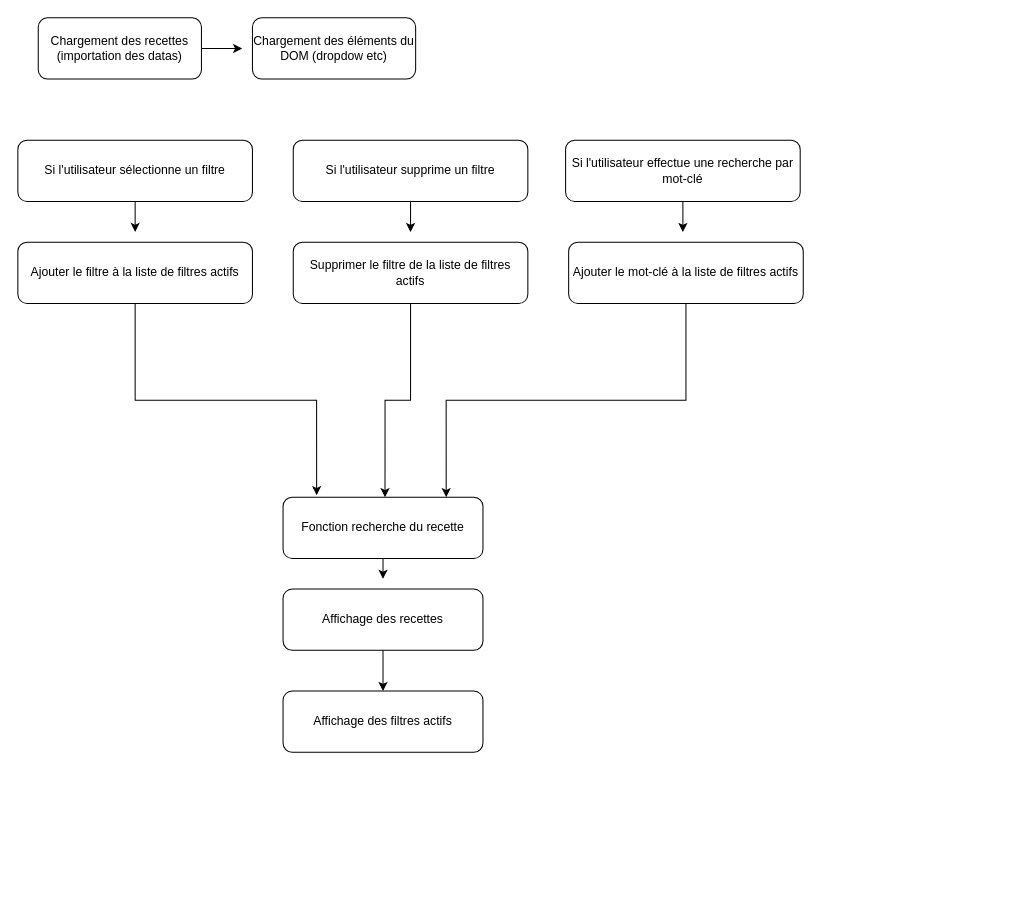
Above: Algo.drawio in BodeFlorian/P7_Les_petits_plats (draw.io), before the change. Source tidied: cells renumbered, new cells numbered last; positions are measured from the earlier drawing's top-left corner, leaving out a move shared by most shapes. Both pictures are drawn from the tidied source at 102%, with x=0, y=0 at pixel (17, 17).
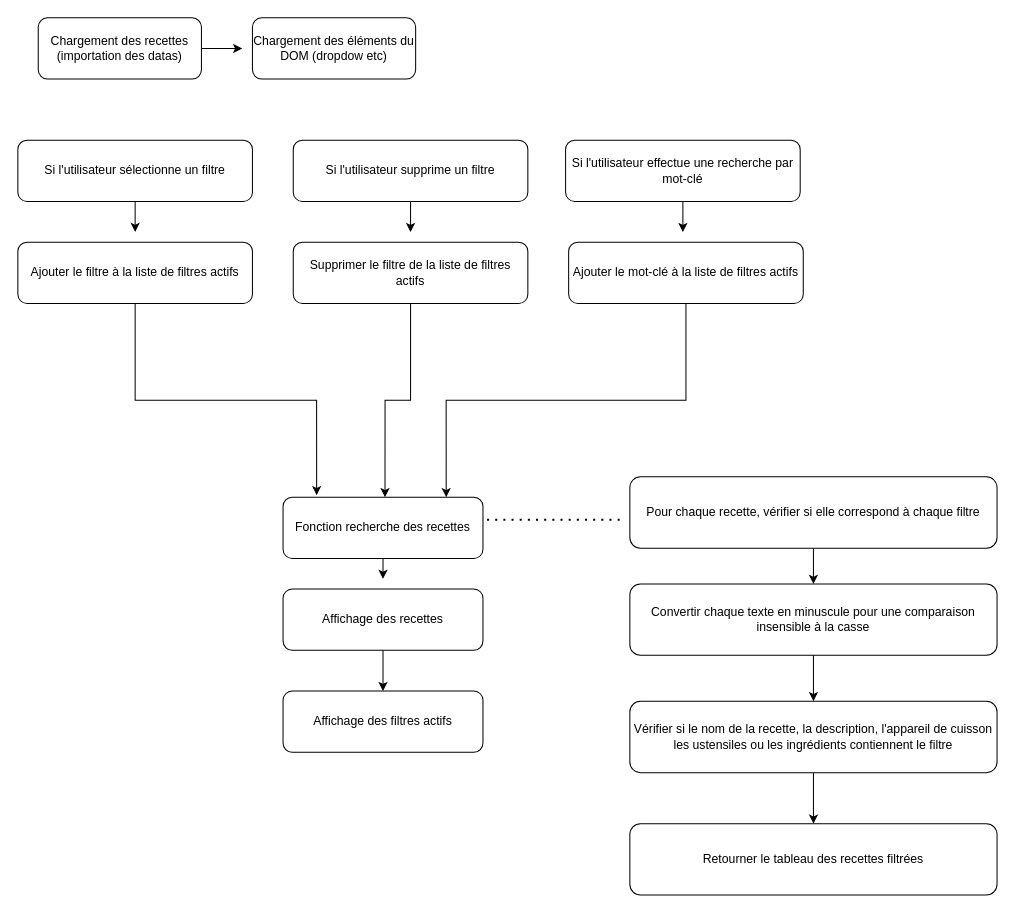
The same page after the edit.

Commit message:
Modification de l'algorigramme

Change to the diagram source:
```diff
@@
-    <mxCell id="10" value="Fonction recherche du recette" style="rounded=1;whiteSpace=wrap;html=1;" parent="1" vertex="1">
+    <mxCell id="10" value="Fonction recherche des recettes" style="rounded=1;whiteSpace=wrap;html=1;" parent="1" vertex="1">
       <mxGeometry x="260" y="470" width="196" height="60" as="geometry" />
     </mxCell>
@@
+    <mxCell id="22" style="edgeStyle=orthogonalEdgeStyle;rounded=0;jettySize=auto;html=1;exitX=0.5;exitY=1;exitDx=0;exitDy=0;entryX=0.5;entryY=0;entryDx=0;entryDy=0;" parent="1" edge="1" source="23" target="26">
+      <mxGeometry relative="1" as="geometry" />
+    </mxCell>
+    <mxCell id="23" value="Pour chaque recette, vérifier si elle correspond à chaque filtre" style="rounded=1;whiteSpace=wrap;html=1;" parent="1" vertex="1">
+      <mxGeometry x="600" y="450" width="360" height="70" as="geometry" />
+    </mxCell>
+    <mxCell id="24" style="endArrow=none;dashed=1;html=1;dashPattern=1 3;strokeWidth=2;rounded=0;entryX=-0.017;entryY=0.6;entryDx=0;entryDy=0;entryPerimeter=0;" parent="1" edge="1" target="23">
+      <mxGeometry relative="1" as="geometry">
+        <mxPoint x="460" y="492" as="sourcePoint" />
+      </mxGeometry>
+    </mxCell>
+    <mxCell id="25" style="edgeStyle=orthogonalEdgeStyle;rounded=0;jettySize=auto;html=1;" parent="1" edge="1" source="26" target="28">
+      <mxGeometry relative="1" as="geometry" />
+    </mxCell>
+    <mxCell id="26" value="Convertir chaque texte en minuscule pour une comparaison insensible à la casse" style="rounded=1;whiteSpace=wrap;html=1;" parent="1" vertex="1">
+      <mxGeometry x="600" y="555" width="360" height="70" as="geometry" />
+    </mxCell>
+    <mxCell id="27" style="edgeStyle=orthogonalEdgeStyle;rounded=0;jettySize=auto;html=1;exitX=0.5;exitY=1;exitDx=0;exitDy=0;entryX=0.5;entryY=0;entryDx=0;entryDy=0;" parent="1" edge="1" source="28" target="29">
+      <mxGeometry relative="1" as="geometry" />
+    </mxCell>
+    <mxCell id="28" value="Vérifier si le nom de la recette, la description, l'appareil de cuisson les ustensiles ou les ingrédients contiennent le filtre" style="rounded=1;whiteSpace=wrap;html=1;" parent="1" vertex="1">
+      <mxGeometry x="600" y="670" width="360" height="70" as="geometry" />
+    </mxCell>
+    <mxCell id="29" value="Retourner le tableau des recettes filtrées" style="rounded=1;whiteSpace=wrap;html=1;" parent="1" vertex="1">
+      <mxGeometry x="600" y="790" width="360" height="70" as="geometry" />
+    </mxCell>
```
